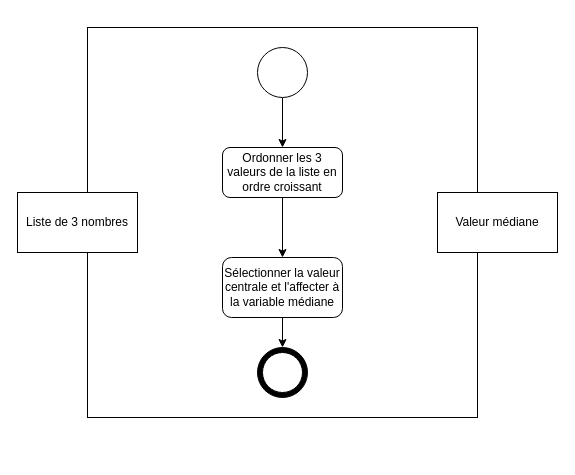
Earlier version of the draw.io diagram report/UML/mediane.drawio (cidit/udes.gro.correction-de-capteurs-limites). Source tidied: cells renumbered, new cells numbered last; positions are measured from the earlier drawing's top-left corner, leaving out a move shared by most shapes. Both pictures are drawn from the tidied source at 100%, with x=0, y=0 at pixel (17, 27).
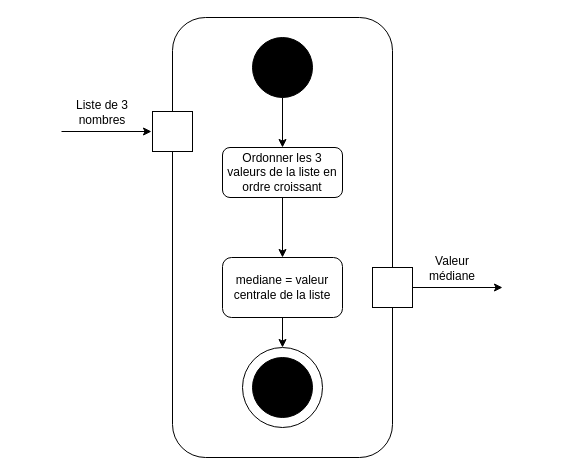
Above is the later version.

Change to the diagram source:
```diff
@@
-<mxGraphModel>
+<mxGraphModel background="light-dark(#FFFFFF,#FFFFFF)">
   <root>
     <mxCell id="0" />
     <mxCell id="1" parent="0" />
-    <mxCell id="2" style="rounded=0;whiteSpace=wrap;html=1;" parent="1" vertex="1">
-      <mxGeometry x="70" width="390" height="390" as="geometry" />
-    </mxCell>
+    <mxCell id="13" style="rounded=1;whiteSpace=wrap;html=1;roundedPerimeter=1;fillColor=none;" parent="1" vertex="1">
+      <mxGeometry x="155" y="-10" width="220" height="440" as="geometry" />
+    </mxCell>
     <mxCell id="3" style="edgeStyle=orthogonalEdgeStyle;rounded=0;jettySize=auto;html=1;" parent="1" edge="1" source="4" target="6">
       <mxGeometry relative="1" as="geometry" />
     </mxCell>
     <mxCell id="4" value="Ordonner les 3 valeurs de la liste en ordre croissant" style="rounded=1;whiteSpace=wrap;html=1;roundedPerimeter=1;" parent="1" vertex="1">
       <mxGeometry x="205" y="120" width="120" height="50" as="geometry" />
     </mxCell>
     <mxCell id="5" style="edgeStyle=orthogonalEdgeStyle;rounded=0;jettySize=auto;html=1;entryX=0.5;entryY=0;entryDx=0;entryDy=0;" parent="1" edge="1" source="6" target="11">
       <mxGeometry relative="1" as="geometry" />
     </mxCell>
-    <mxCell id="6" value="Sélectionner la valeur centrale et l'affecter à la variable médiane" style="rounded=1;whiteSpace=wrap;html=1;roundedPerimeter=1;" parent="1" vertex="1">
+    <mxCell id="6" value="mediane = valeur centrale de la liste" style="rounded=1;whiteSpace=wrap;html=1;roundedPerimeter=1;" parent="1" vertex="1">
       <mxGeometry x="205" y="230" width="120" height="60" as="geometry" />
     </mxCell>
-    <mxCell id="7" value="Liste de 3 nombres" style="rounded=0;whiteSpace=wrap;html=1;" parent="1" vertex="1">
-      <mxGeometry y="165" width="120" height="60" as="geometry" />
-    </mxCell>
-    <mxCell id="8" value="Valeur médiane" style="rounded=0;whiteSpace=wrap;html=1;" parent="1" vertex="1">
-      <mxGeometry x="420" y="165" width="120" height="60" as="geometry" />
-    </mxCell>
     <mxCell id="9" style="edgeStyle=orthogonalEdgeStyle;rounded=0;jettySize=auto;html=1;" parent="1" edge="1" source="10" target="4">
       <mxGeometry relative="1" as="geometry" />
     </mxCell>
-    <mxCell id="10" style="ellipse;whiteSpace=wrap;html=1;shapeInside=1;" parent="1" vertex="1">
-      <mxGeometry x="240" y="20" width="50" height="50" as="geometry" />
+    <mxCell id="10" style="ellipse;whiteSpace=wrap;html=1;shapeInside=1;fillColor=#000000;" parent="1" vertex="1">
+      <mxGeometry x="235" y="10" width="60" height="60" as="geometry" />
     </mxCell>
-    <mxCell id="11" style="ellipse;whiteSpace=wrap;html=1;shapeInside=1;fillColor=light-dark(#000000,#FFFFFF);fillStyle=solid;" parent="1" vertex="1">
-      <mxGeometry x="240" y="320" width="50" height="50" as="geometry" />
+    <mxCell id="11" style="ellipse;whiteSpace=wrap;html=1;shapeInside=1;fillColor=light-dark(#FFFFFF,#000000);fillStyle=solid;" parent="1" vertex="1">
+      <mxGeometry x="225" y="320" width="80" height="80" as="geometry" />
     </mxCell>
-    <mxCell id="12" style="ellipse;whiteSpace=wrap;html=1;shapeInside=1;" parent="1" vertex="1">
-      <mxGeometry x="245" y="325" width="40" height="40" as="geometry" />
+    <mxCell id="12" style="ellipse;whiteSpace=wrap;html=1;shapeInside=1;fillStyle=solid;gradientColor=none;fillColor=light-dark(#000000,#000000);" parent="1" vertex="1">
+      <mxGeometry x="235" y="330" width="60" height="60" as="geometry" />
     </mxCell>
+    <mxCell id="14" style="whiteSpace=wrap;html=1;" parent="1" vertex="1">
+      <mxGeometry x="135" y="84" width="40" height="40" as="geometry" />
+    </mxCell>
+    <mxCell id="15" style="whiteSpace=wrap;html=1;" parent="1" vertex="1">
+      <mxGeometry x="355" y="240" width="40" height="40" as="geometry" />
+    </mxCell>
+    <mxCell id="16" style="endArrow=classic;html=1;rounded=0;" parent="1" edge="1">
+      <mxGeometry relative="1" as="geometry">
+        <mxPoint x="395" y="260" as="sourcePoint" />
+        <mxPoint x="485" y="260" as="targetPoint" />
+      </mxGeometry>
+    </mxCell>
+    <mxCell id="17" style="endArrow=classic;html=1;rounded=0;" parent="1" edge="1">
+      <mxGeometry relative="1" as="geometry">
+        <mxPoint x="44" y="104" as="sourcePoint" />
+        <mxPoint x="134" y="104" as="targetPoint" />
+      </mxGeometry>
+    </mxCell>
+    <mxCell id="7" value="Liste de 3 nombres" style="text;html=1;whiteSpace=wrap;strokeColor=none;fillColor=none;align=center;verticalAlign=middle;rounded=0;" parent="1" vertex="1">
+      <mxGeometry x="55" y="70" width="60" height="30" as="geometry" />
+    </mxCell>
+    <mxCell id="8" value="Valeur médiane" style="text;html=1;whiteSpace=wrap;strokeColor=none;fillColor=none;align=center;verticalAlign=middle;rounded=0;" parent="1" vertex="1">
+      <mxGeometry x="405" y="226" width="60" height="30" as="geometry" />
+    </mxCell>
   </root>
 </mxGraphModel>
```
